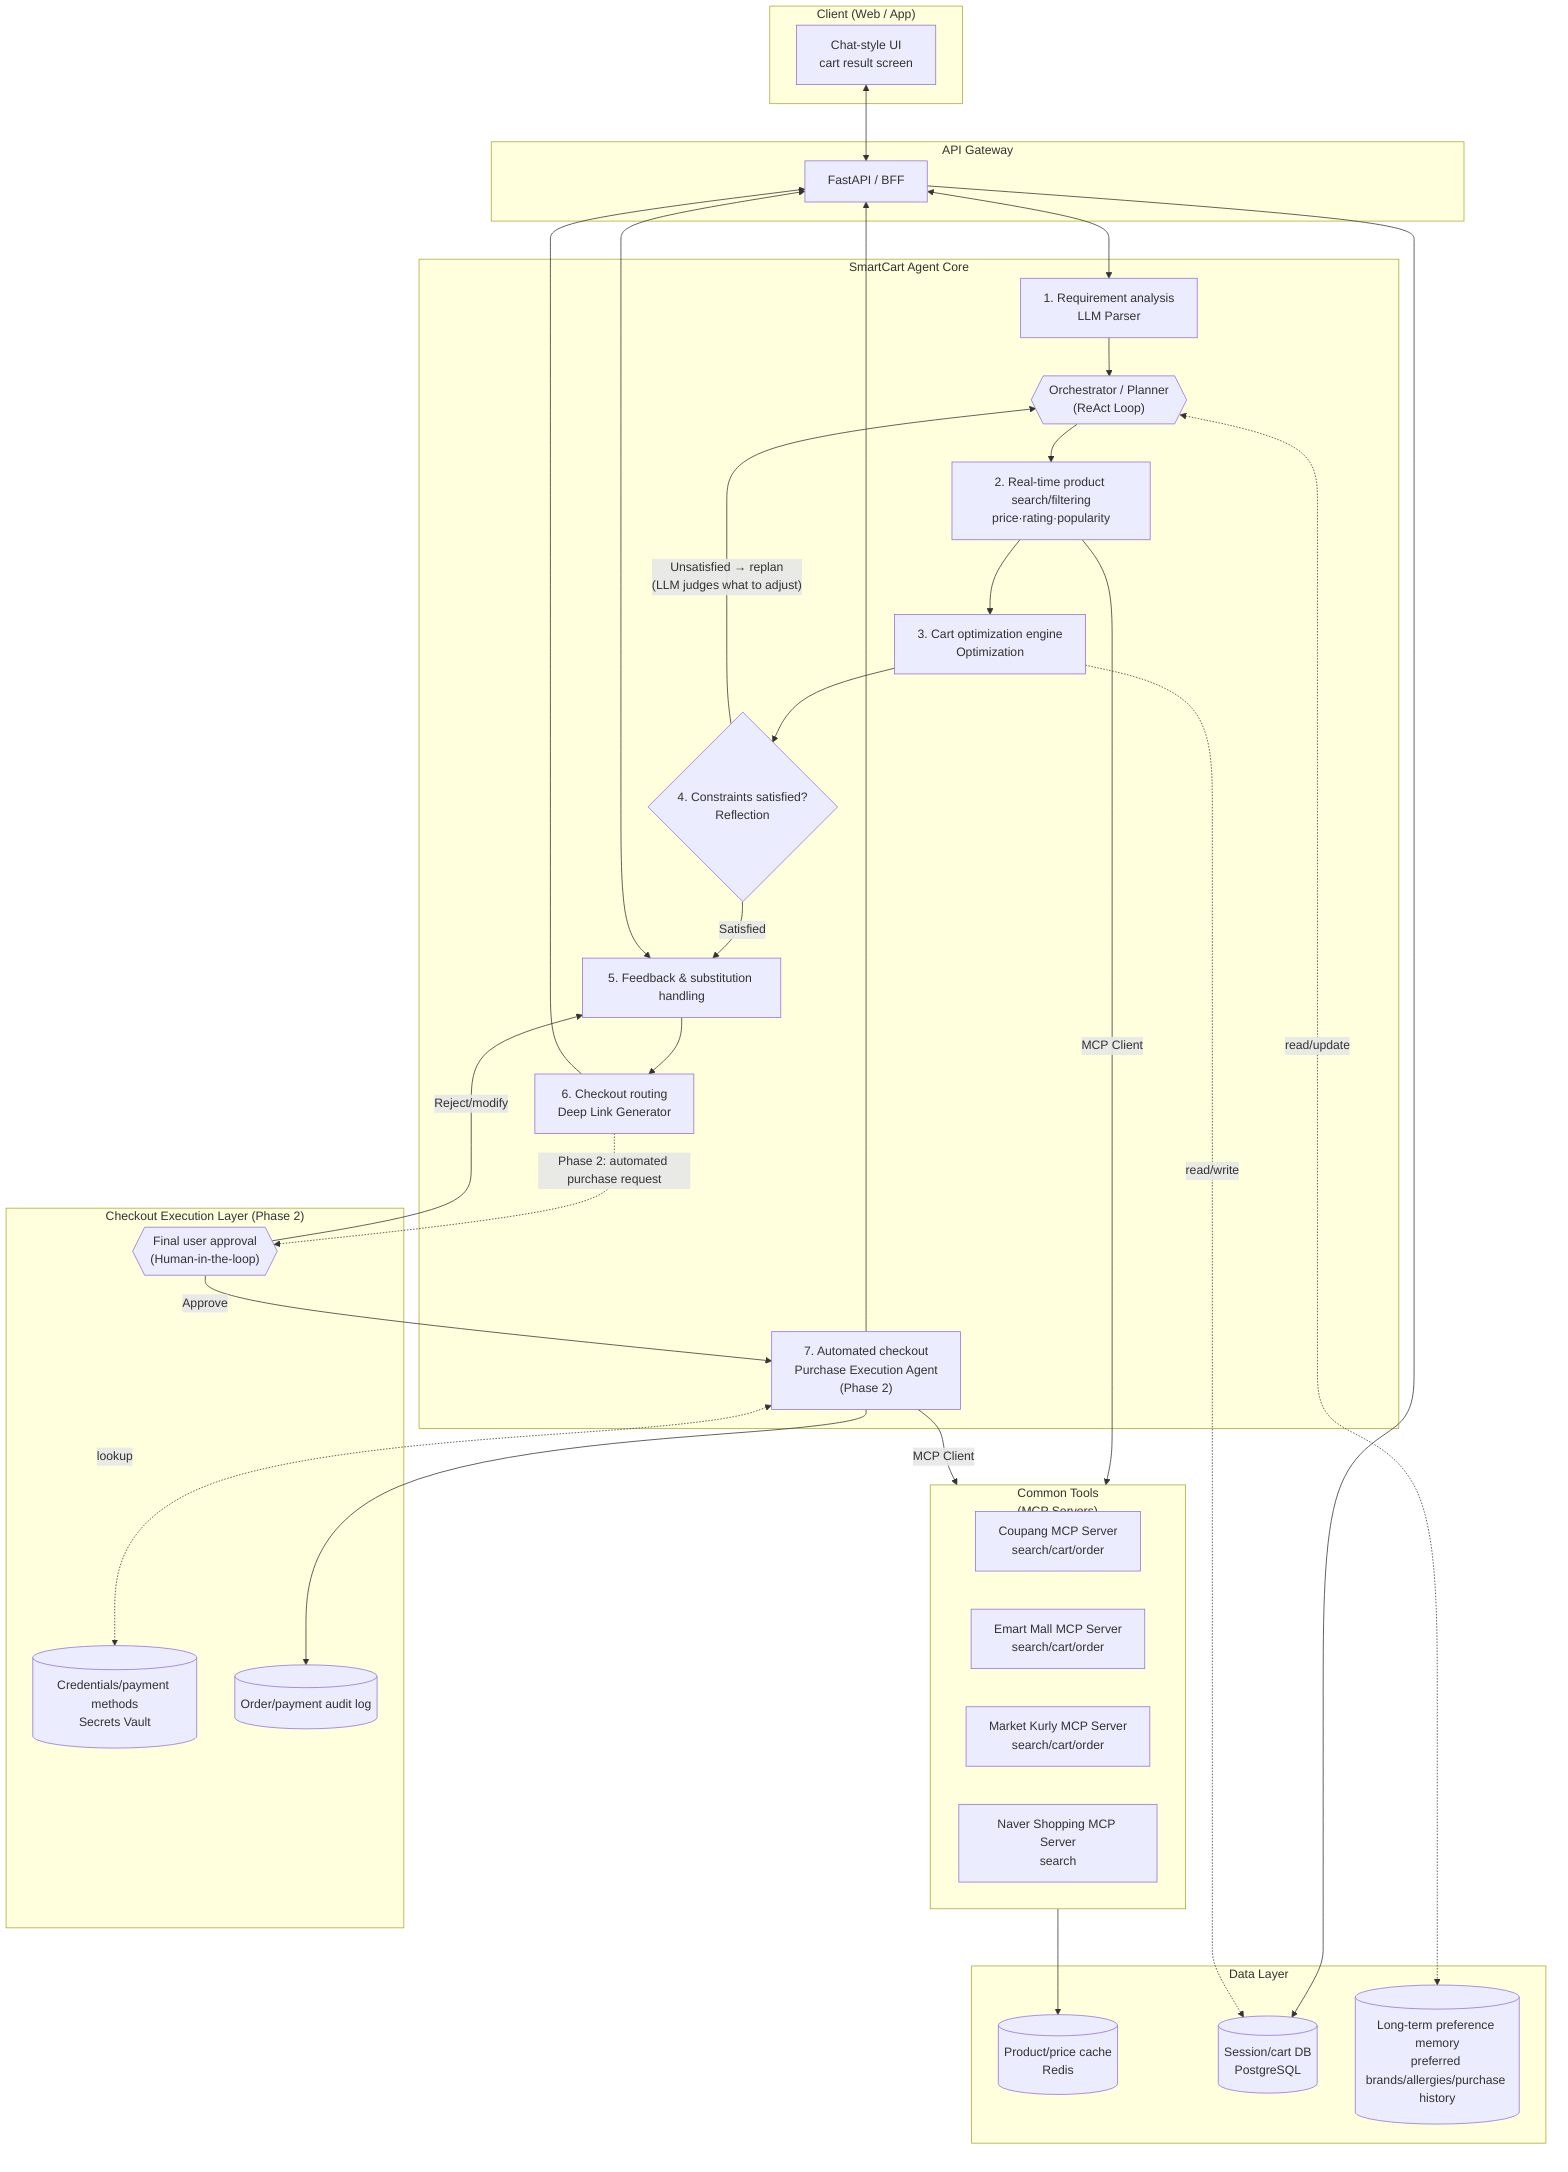
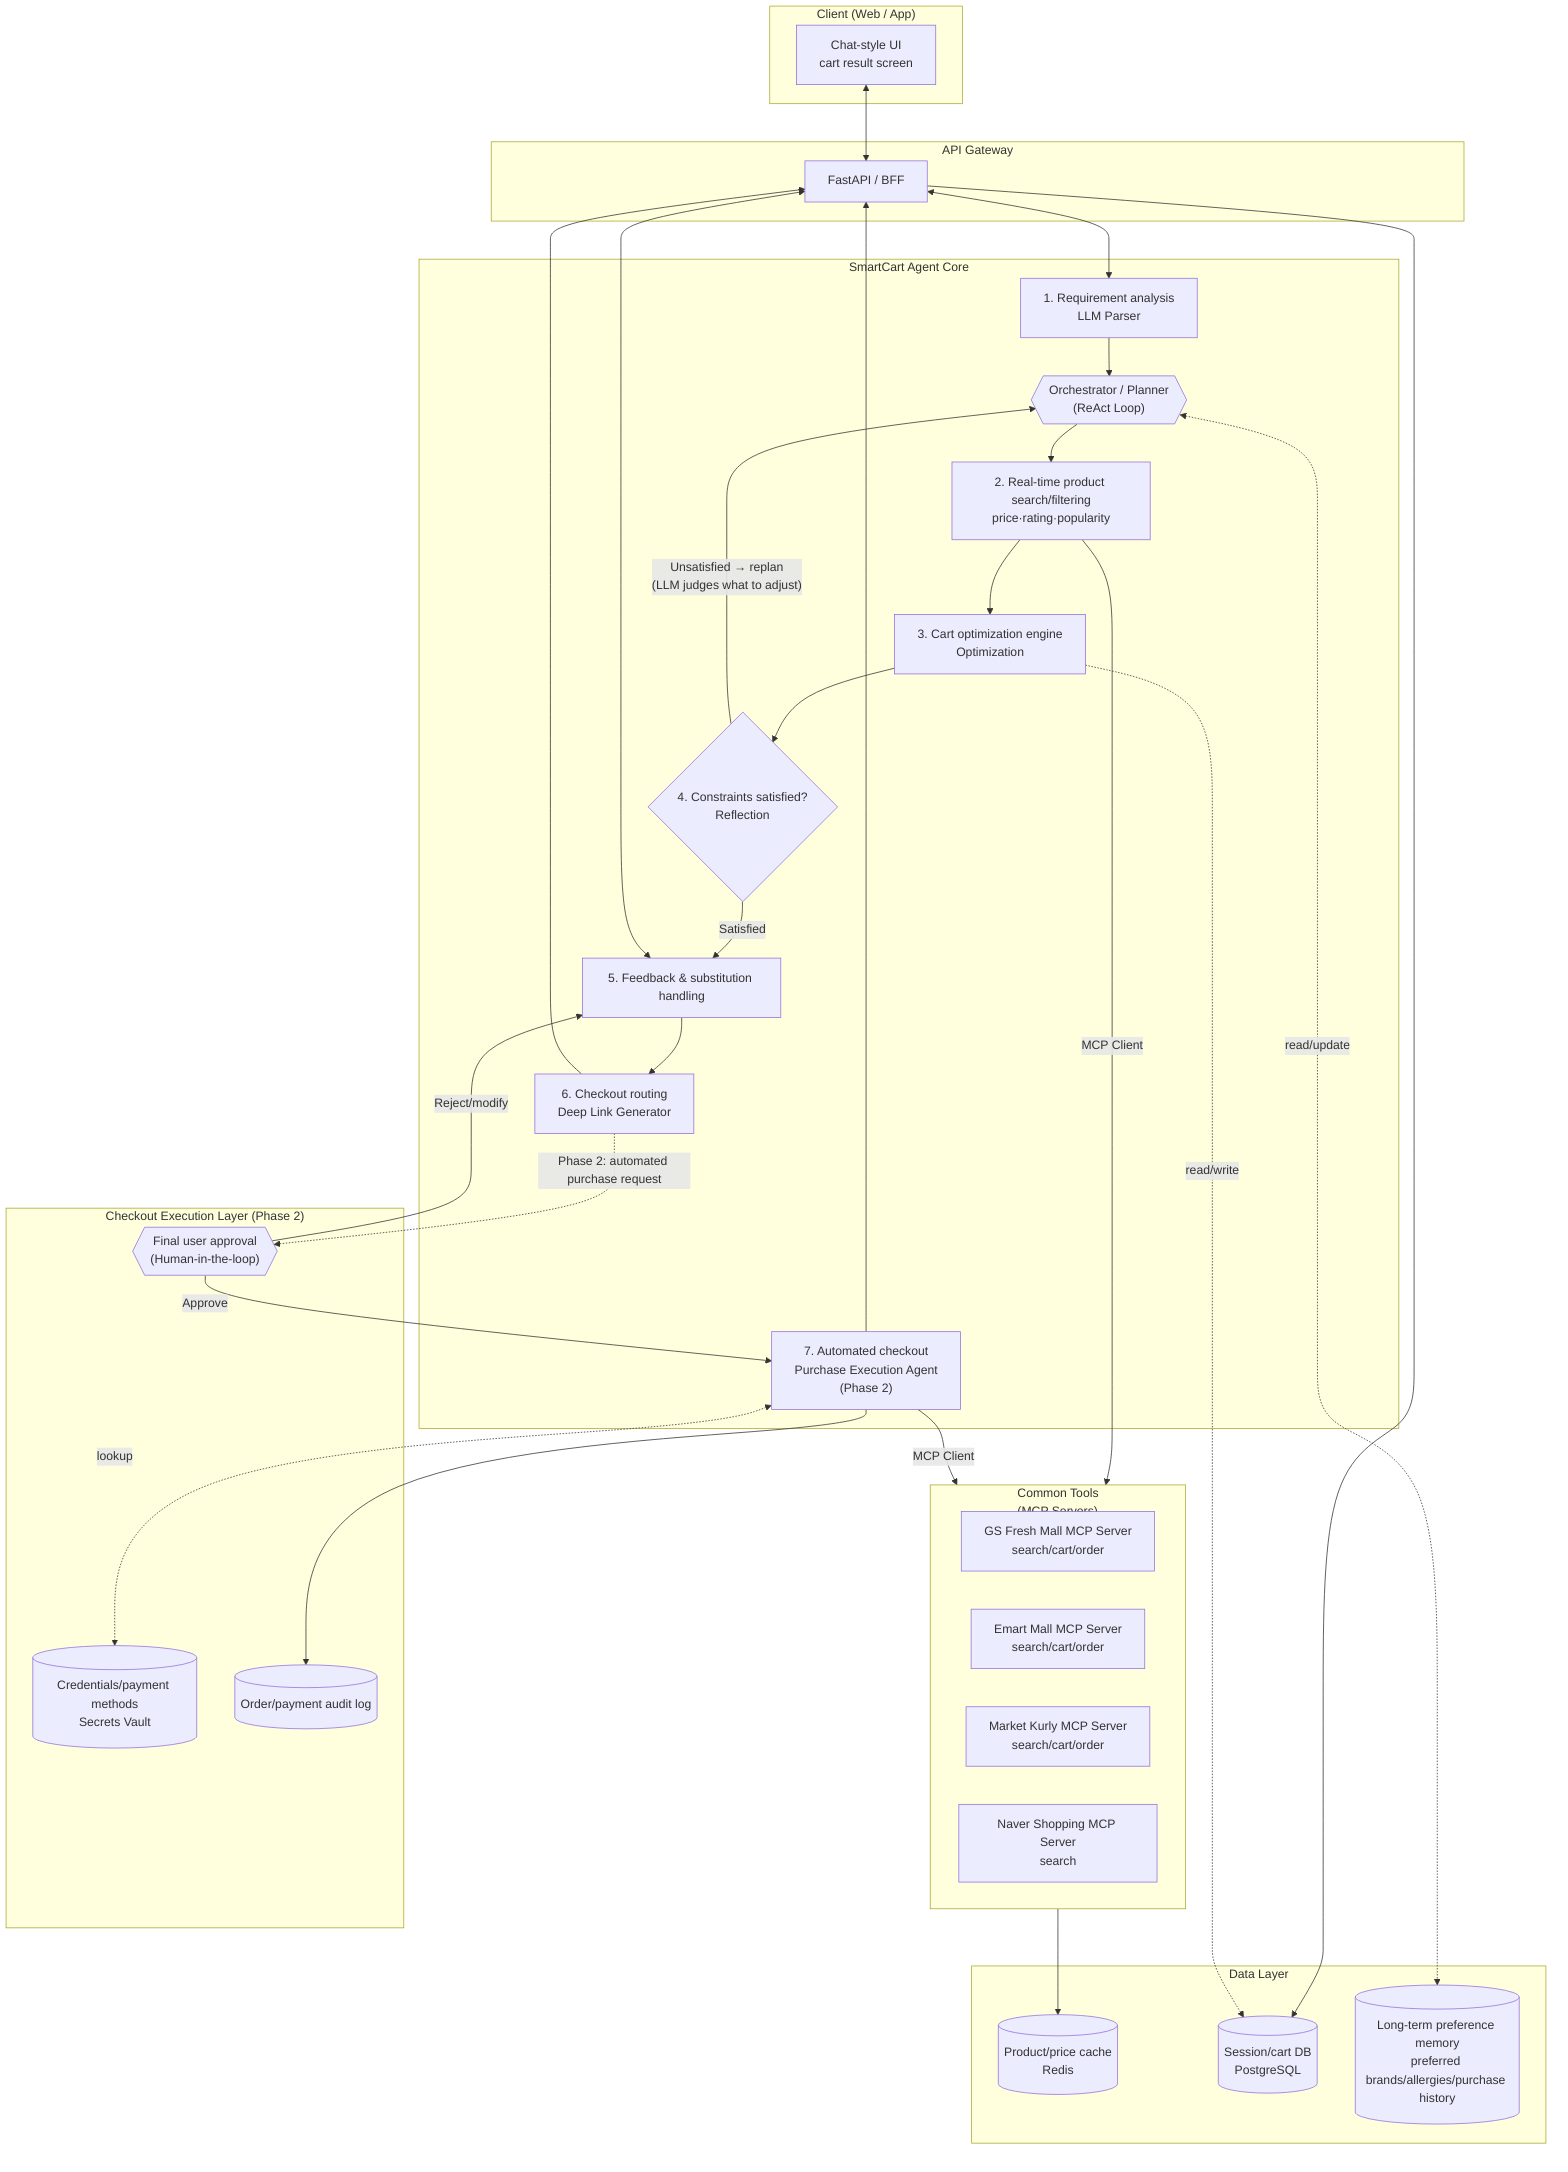
flowchart TB
    subgraph Client["Client (Web / App)"]
        UI[Chat-style UI<br/>cart result screen]
    end

    subgraph Gateway["API Gateway"]
        GW[FastAPI / BFF]
    end

    subgraph Agent["SmartCart Agent Core"]
        Parser[1. Requirement analysis<br/>LLM Parser]
        Orchestrator{{"Orchestrator / Planner<br/>(ReAct Loop)"}}
        Search[2. Real-time product search/filtering<br/>price·rating·popularity]
        Optimizer[3. Cart optimization engine<br/>Optimization]
        Reflect{4. Constraints satisfied?<br/>Reflection}
        Feedback[5. Feedback & substitution handling]
        Router[6. Checkout routing<br/>Deep Link Generator]
        Purchase["7. Automated checkout<br/>Purchase Execution Agent<br/>(Phase 2)"]
    end

    subgraph Tools["Common Tools<br/>(MCP Servers)"]
-         Coupang[Coupang MCP Server<br/>search/cart/order]
+         GSFresh[GS Fresh Mall MCP Server<br/>search/cart/order]
        Emart[Emart Mall MCP Server<br/>search/cart/order]
        Kurly[Market Kurly MCP Server<br/>search/cart/order]
        Naver[Naver Shopping MCP Server<br/>search]
    end

    subgraph Checkout["Checkout Execution Layer (Phase 2)"]
        HITL{{"Final user approval<br/>(Human-in-the-loop)"}}
        Vault[(Credentials/payment methods<br/>Secrets Vault)]
        AuditLog[(Order/payment audit log)]
    end

    subgraph Data["Data Layer"]
        Cache[(Product/price cache<br/>Redis)]
        DB[(Session/cart DB<br/>PostgreSQL)]
        Memory[(Long-term preference memory<br/>preferred brands/allergies/purchase history)]
    end

    UI <--> GW
    GW <--> Parser
    Parser --> Orchestrator
    Orchestrator --> Search
    Search -- "MCP Client" --> Tools
    Tools --> Cache
    Search --> Optimizer
    Optimizer --> Reflect
    Reflect -- "Unsatisfied → replan<br/>(LLM judges what to adjust)" --> Orchestrator
    Reflect -- "Satisfied" --> Feedback
    Feedback <--> GW
    Feedback --> Router
    Router --> GW
    Router -. "Phase 2: automated purchase request" .-> HITL
    HITL -- "Approve" --> Purchase
    HITL -- "Reject/modify" --> Feedback
    Purchase -- "MCP Client" --> Tools
    Purchase <-.lookup.-> Vault
    Purchase --> AuditLog
    Purchase --> GW
    GW --> DB
    Optimizer -.read/write.-> DB
    Orchestrator <-.read/update.-> Memory
